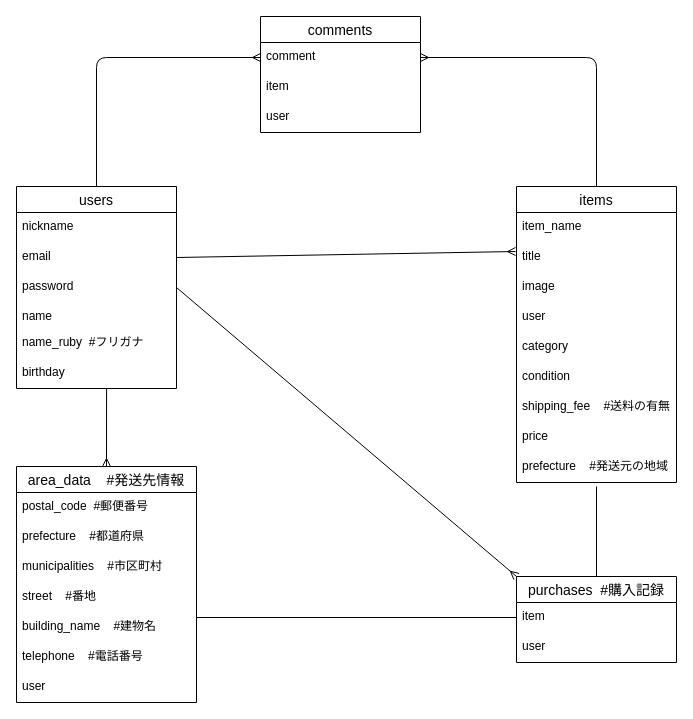
Before: furima.dio in KE1ok/furima-40602, a draw.io diagram. Source tidied: cells renumbered, new cells numbered last; positions are measured from the earlier drawing's top-left corner, leaving out a move shared by most shapes. Both pictures are drawn from the tidied source at 100%, with x=0, y=0 at pixel (16, 16).
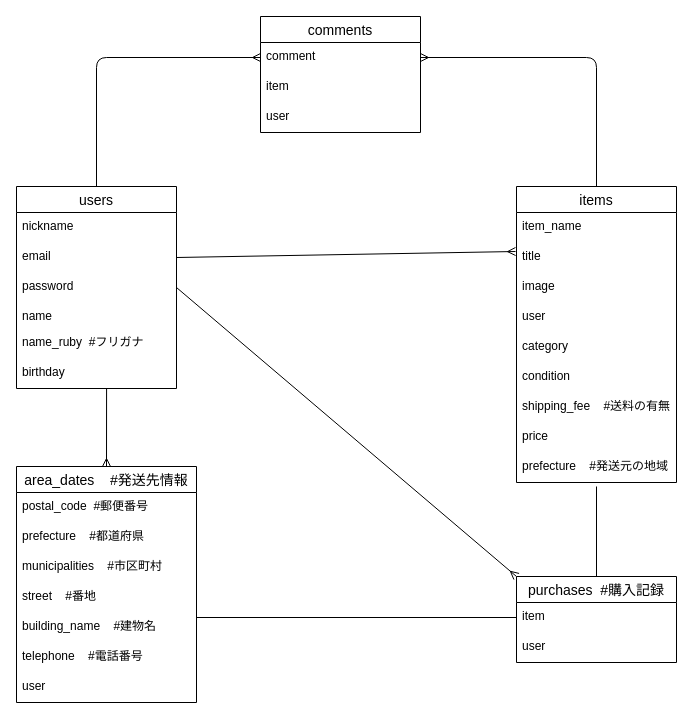
Above is the later version.

Commit message (it also covers changes not shown here):
belongs_toとhas_oneのアソシエーションを単数形へ

What changed in the source:
```diff
@@
-    <mxCell id="30" value="area_data    #発送先情報" style="swimlane;fontStyle=0;horizontal=1;startSize=26;align=center;fontSize=14;" parent="1" vertex="1">
+    <mxCell id="30" value="area_dates    #発送先情報" style="swimlane;fontStyle=0;horizontal=1;startSize=26;align=center;fontSize=14;" parent="1" vertex="1">
       <mxGeometry y="450" width="180" height="236" as="geometry" />
     </mxCell>
```
